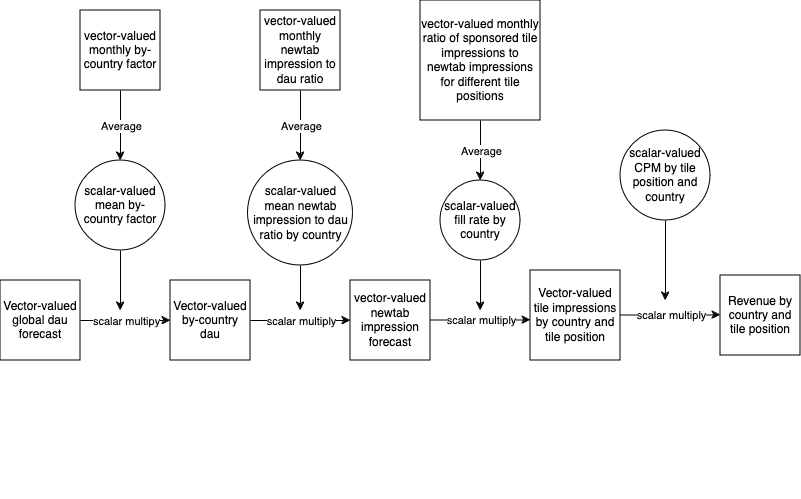
mozilla/moz-forecasting keeps this draw.io diagram as moz_forecasting/ad_tiles_forecast/desktop_tiles_flow.drawio.png. Above is the earlier version. Source tidied: cells renumbered, new cells last; positions are measured from the earlier drawing's top-left corner, leaving out a move shared by most shapes.
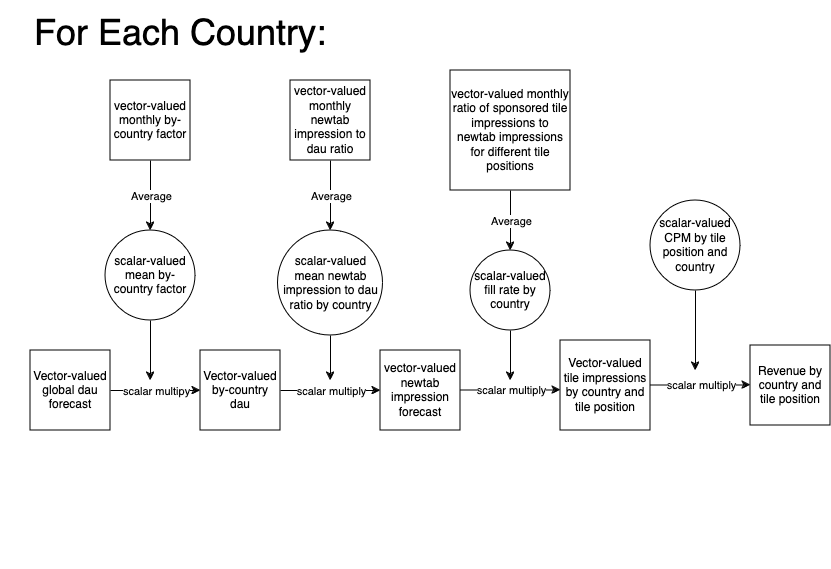
After the commit.

Change to the diagram source:
```diff
@@ -112,5 +112,8 @@
         <mxPoint x="665" y="300" as="targetPoint" />
       </mxGeometry>
     </mxCell>
+    <mxCell id="33" value="&lt;font style=&quot;font-size: 36px;&quot;&gt;For Each Country:&lt;/font&gt;" style="text;html=1;align=center;verticalAlign=middle;whiteSpace=wrap;rounded=0;" parent="1" vertex="1">
+      <mxGeometry x="-30" y="-70" width="360" height="70" as="geometry" />
+    </mxCell>
   </root>
 </mxGraphModel>
```
